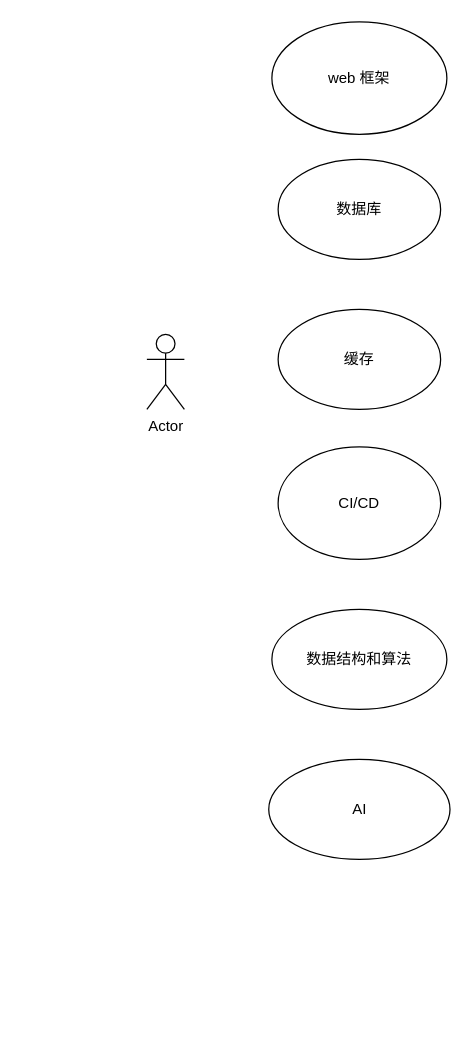
Earlier version of the draw.io diagram router.drawio (onlyonedaniel/wiki). Source tidied: cells renumbered, new cells numbered last; positions are measured from the earlier drawing's top-left corner, leaving out a move shared by most shapes. Both pictures are drawn from the tidied source at 125%, with x=0, y=0 at pixel (146, 21).
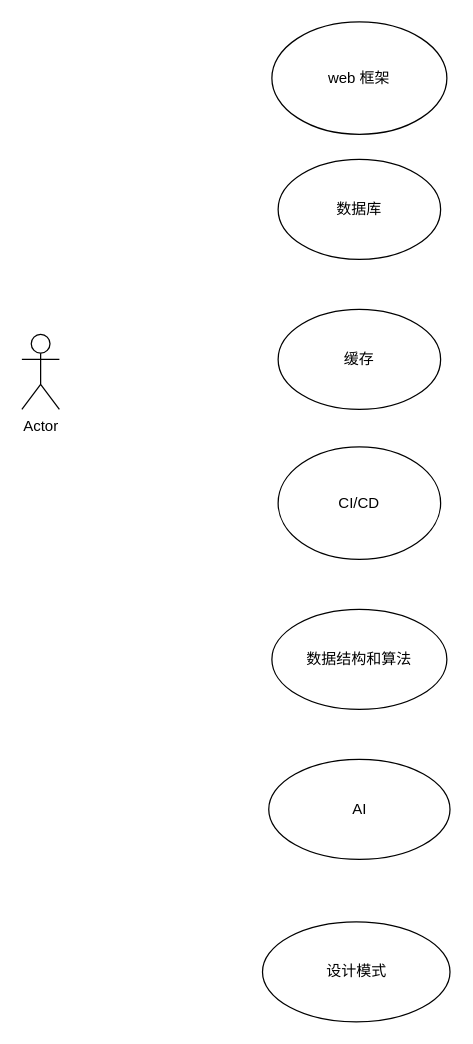
The same page after the edit.

The edit, as a diff of the source:
```diff
@@
 <mxGraphModel>
   <root>
     <mxCell id="0" />
     <mxCell id="1" parent="0" />
     <mxCell id="2" value="Actor" style="shape=umlActor;verticalLabelPosition=bottom;verticalAlign=top;html=1;" parent="1" vertex="1">
-      <mxGeometry y="250" width="30" height="60" as="geometry" />
+      <mxGeometry x="-100" y="250" width="30" height="60" as="geometry" />
     </mxCell>
     <mxCell id="3" value="web 框架" style="ellipse;whiteSpace=wrap;html=1;" parent="1" vertex="1">
       <mxGeometry x="100" width="140" height="90" as="geometry" />
     </mxCell>
     <mxCell id="4" value="数据库" style="ellipse;whiteSpace=wrap;html=1;" parent="1" vertex="1">
       <mxGeometry x="105" y="110" width="130" height="80" as="geometry" />
     </mxCell>
     <mxCell id="5" value="缓存" style="ellipse;whiteSpace=wrap;html=1;" parent="1" vertex="1">
       <mxGeometry x="105" y="230" width="130" height="80" as="geometry" />
     </mxCell>
     <mxCell id="6" value="CI/CD" style="ellipse;whiteSpace=wrap;html=1;" parent="1" vertex="1">
       <mxGeometry x="105" y="340" width="130" height="90" as="geometry" />
     </mxCell>
     <mxCell id="7" value="数据结构和算法" style="ellipse;whiteSpace=wrap;html=1;" parent="1" vertex="1">
       <mxGeometry x="100" y="470" width="140" height="80" as="geometry" />
     </mxCell>
     <mxCell id="8" value="AI" style="ellipse;whiteSpace=wrap;html=1;" parent="1" vertex="1">
       <mxGeometry x="97.5" y="590" width="145" height="80" as="geometry" />
     </mxCell>
+    <mxCell id="9" value="设计模式" style="ellipse;whiteSpace=wrap;html=1;" parent="1" vertex="1">
+      <mxGeometry x="92.5" y="720" width="150" height="80" as="geometry" />
+    </mxCell>
   </root>
 </mxGraphModel>
```
